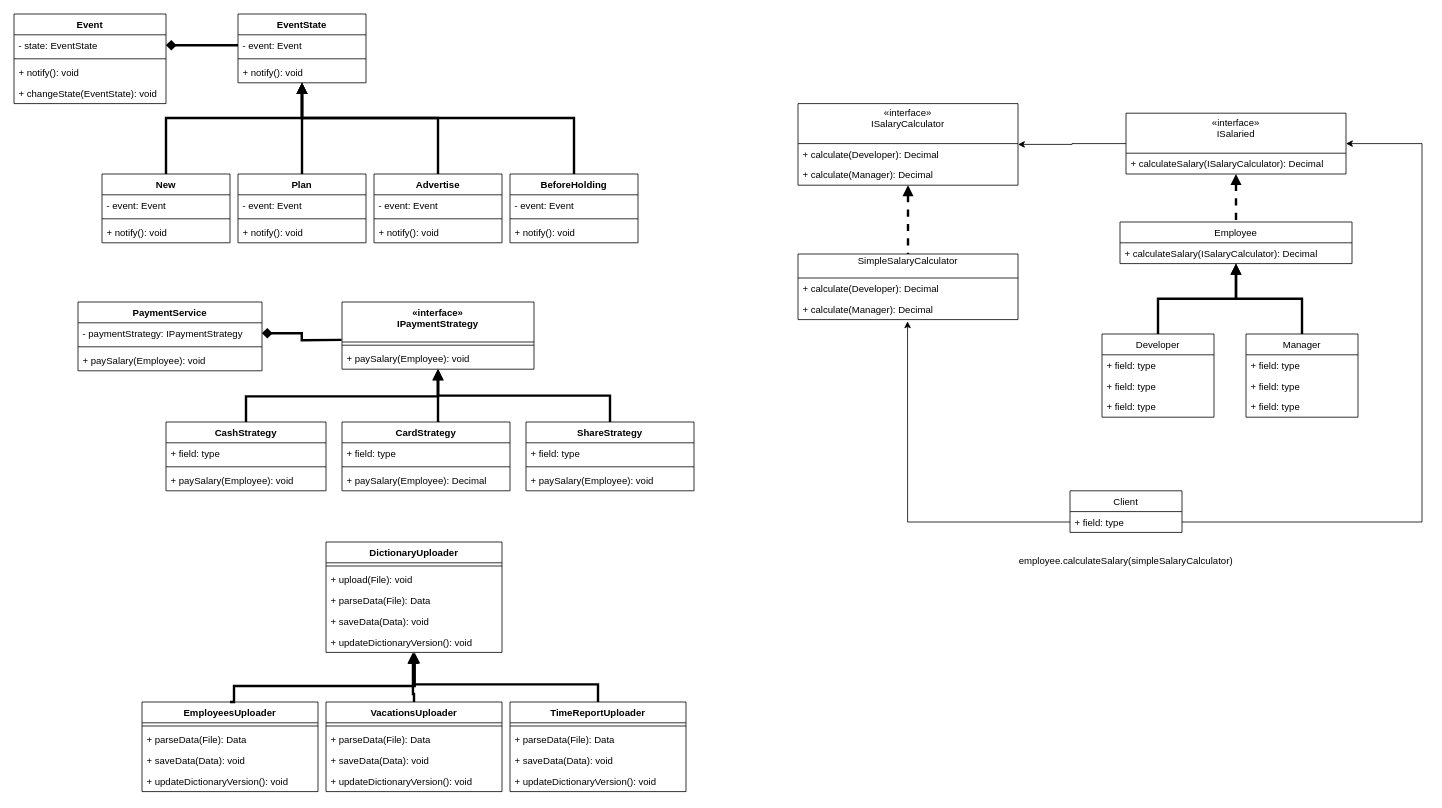
The draw.io diagram 6.drawio in KiryhaPikoff/charp5sem, before the edit. Source tidied: cells renumbered, new cells numbered last; positions are measured from the earlier drawing's top-left corner, leaving out a move shared by most shapes. Both pictures are drawn from the tidied source at 80%, with x=0, y=0 at pixel (14, 14).
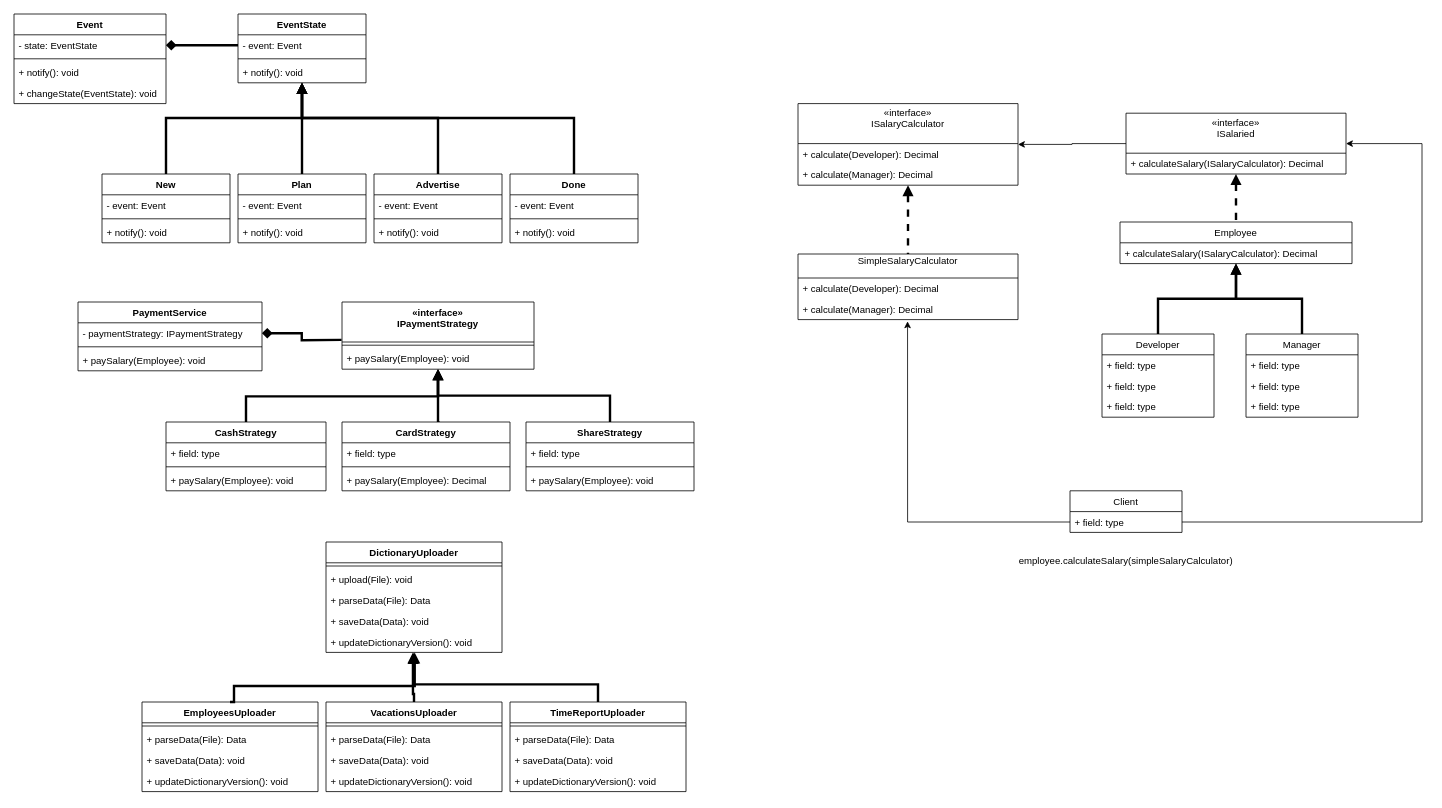
The same page after the edit.

Change to the diagram source:
```diff
@@
-    <mxCell id="28" value="BeforeHolding" style="swimlane;fontStyle=1;align=center;verticalAlign=top;horizontal=1;startSize=26;" parent="1" vertex="1">
+    <mxCell id="28" value="Done" style="swimlane;fontStyle=1;align=center;verticalAlign=top;horizontal=1;startSize=26;" parent="1" vertex="1">
       <mxGeometry x="620" y="200" width="160" height="86" as="geometry" />
     </mxCell>
```
